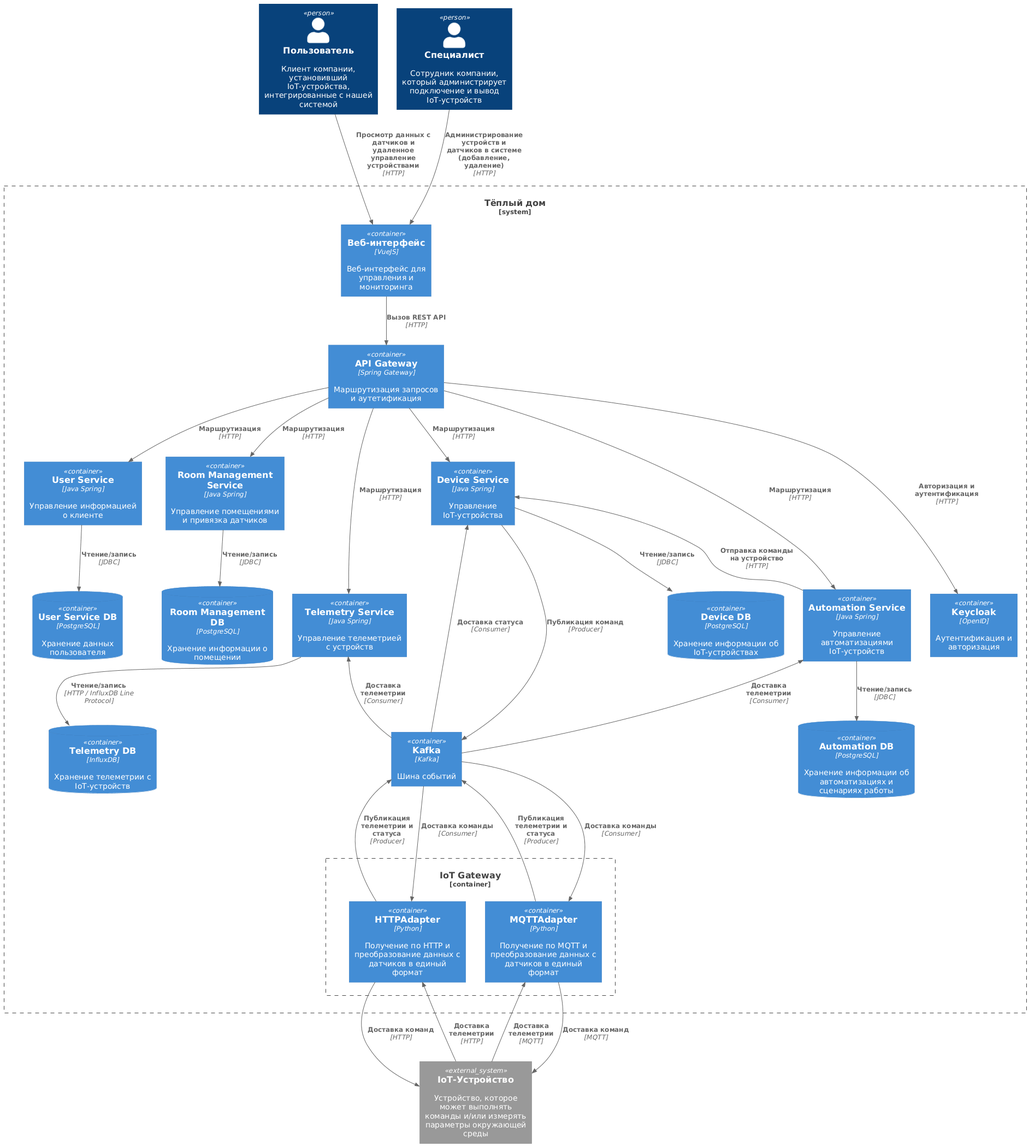
The PlantUML diagram schemas/containers/containers.png in Maksina/Yandex-Practicum---Project-1, before a commit. Source of this version:
```plantuml
@startuml
!include https://raw.githubusercontent.com/plantuml-stdlib/C4-PlantUML/master/C4_Container.puml

Person(client, "Пользователь", "Клиент компании, установивший IoT-устройства, интегрированные с нашей системой")
Person(specialist, "Специалист", "Сотрудник компании, который администрирует подключение и вывод IoT-устройств")

System_Boundary(warmhouse, "Тёплый дом"){
  Container(ui, "Веб-интерфейс", "VueJS", "Веб-интерфейс для управления и мониторинга")
  Container(apigw, "API Gateway", "Spring Gateway", "Маршрутизация запросов и аутетификация")
  Container(keycloak, "Keycloak", "OpenID", "Аутентификация и авторизация")
  Container(userservice, "User Service", "Java Spring", "Управление информацией о клиенте")
  Container(roommanagementservice, "Room Management Service", "Java Spring", "Управление помещениями и привязка датчиков")
  Container(deviceservice, "Device Service", "Java Spring", "Управление IoT-устройства")
  Container(telemetryservice, "Telemetry Service", "Java Spring", "Управление телеметрией с устройств")
  Container(automationservice, "Automation Service", "Java Spring", "Управление автоматизациями IoT-устройств")

  ContainerDb(roommanagementdb, "Room Management DB", "PostgreSQL", "Хранение информации о помещении")
  ContainerDb(devicedb, "Device DB", "PostgreSQL", "Хранение информации об IoT-устройствах")
  ContainerDb(telemetrydb, "Telemetry DB", "InfluxDB", "Хранение телеметрии с IoT-устройств")
  ContainerDb(userdb, "User Service DB", "PostgreSQL", "Хранение данных пользователя")
  ContainerDb(automationdb, "Automation DB", "PostgreSQL", "Хранение информации об автоматизациях и сценариях работы")

  Container(kafka, "Kafka", "Kafka", "Шина событий")

  Container_Boundary(iotgw, "IoT Gateway"){
    Container(httpadapter, "HTTPAdapter", "Python", "Получение по HTTP и преобразование данных с датчиков в единый формат")
    Container(mqttadapter, "MQTTAdapter", "Python", "Получение по MQTT и преобразование данных с датчиков в единый формат")
  }

}

System_Ext(device, "IoT-Устройство", "Устройство, которое может выполнять команды и/или измерять параметры окружающей среды")

Rel(client, ui, "Просмотр данных с датчиков и удаленное управление устройствами", "HTTP")
Rel(specialist, ui, "Администрирование устройств и датчиков в системе (добавление, удаление)", "HTTP")
Rel(ui, apigw, "Вызов REST API", "HTTP")
Rel(apigw, keycloak, "Авторизация и аутентификация", "HTTP")
Rel(apigw, userservice, "Маршрутизация", "HTTP")
Rel(apigw, roommanagementservice, "Маршрутизация", "HTTP")
Rel(apigw, deviceservice, "Маршрутизация", "HTTP")
Rel(apigw, telemetryservice, "Маршрутизация", "HTTP")
Rel(apigw, automationservice, "Маршрутизация", "HTTP")

Rel(userservice, userdb, "Чтение/запись", "JDBC")
Rel(roommanagementservice, roommanagementdb, "Чтение/запись", "JDBC")
Rel(deviceservice, devicedb, "Чтение/запись", "JDBC")
Rel(telemetryservice, telemetrydb, "Чтение/запись", "HTTP / InfluxDB Line Protocol")
Rel(automationservice, automationdb, "Чтение/запись", "JDBC")

Rel(automationservice, deviceservice, "Отправка команды на устройство", "HTTP")

Rel(deviceservice, kafka, "Публикация команд", "Producer")

Rel(kafka, deviceservice, "Доставка статуса", "Consumer")
Rel(kafka, telemetryservice, "Доставка телеметрии", "Consumer")
Rel(kafka, automationservice, "Доставка телеметрии", "Consumer")
Rel(kafka, httpadapter, "Доставка команды", "Consumer")
Rel(kafka, mqttadapter, "Доставка команды", "Consumer")

Rel(httpadapter, kafka, "Публикация телеметрии и статуса", "Producer")
Rel(mqttadapter, kafka, "Публикация телеметрии и статуса", "Producer")

Rel(device, httpadapter, "Доставка телеметрии", "HTTP")
Rel(device, mqttadapter, "Доставка телеметрии", "MQTT")

Rel(httpadapter, device, "Доставка команд", "HTTP")
Rel(mqttadapter, device, "Доставка команд", "MQTT")

Lay_R(userservice, roommanagementservice)
Lay_R(roommanagementservice, deviceservice)
Lay_R(deviceservice, telemetryservice)
Lay_R(telemetryservice, automationservice)
Lay_R(automationservice, keycloak)

Lay_D(userservice, userdb)
Lay_D(roommanagementservice, roommanagementdb)
Lay_D(deviceservice, devicedb)
Lay_D(telemetryservice, telemetrydb)
Lay_D(automationservice, automationdb)

Lay_D(userservice, kafka)
Lay_D(roommanagementservice, kafka)
Lay_D(deviceservice, kafka)
Lay_D(telemetryservice, kafka)
Lay_D(automationservice, kafka)
Lay_D(kafka, iotgw)
@enduml
```
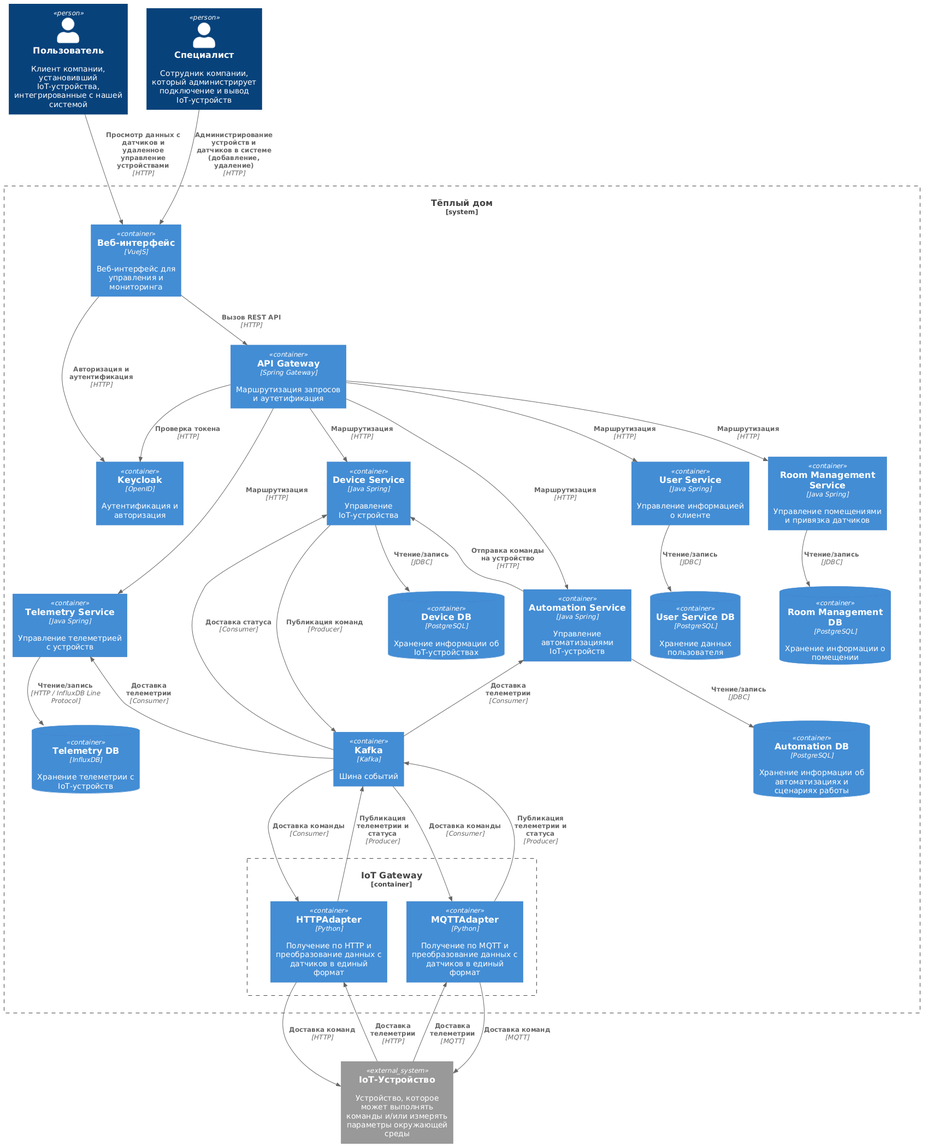
The same file after the commit.

Commit message:
Телеметрия - Диаграма компонентов C4

Diff of the diagram source:
```diff
@@ -34,7 +34,8 @@
 Rel(client, ui, "Просмотр данных с датчиков и удаленное управление устройствами", "HTTP")
 Rel(specialist, ui, "Администрирование устройств и датчиков в системе (добавление, удаление)", "HTTP")
 Rel(ui, apigw, "Вызов REST API", "HTTP")
-Rel(apigw, keycloak, "Авторизация и аутентификация", "HTTP")
+Rel(ui, keycloak, "Авторизация и аутентификация", "HTTP")
+Rel(apigw, keycloak, "Проверка токена", "HTTP")
 Rel(apigw, userservice, "Маршрутизация", "HTTP")
 Rel(apigw, roommanagementservice, "Маршрутизация", "HTTP")
 Rel(apigw, deviceservice, "Маршрутизация", "HTTP")
@@ -70,7 +71,8 @@
 Lay_R(roommanagementservice, deviceservice)
 Lay_R(deviceservice, telemetryservice)
 Lay_R(telemetryservice, automationservice)
-Lay_R(automationservice, keycloak)
+Lay_R(ui, keycloak)
+Lay_R(apigw, keycloak)
 
 Lay_D(userservice, userdb)
 Lay_D(roommanagementservice, roommanagementdb)
```
